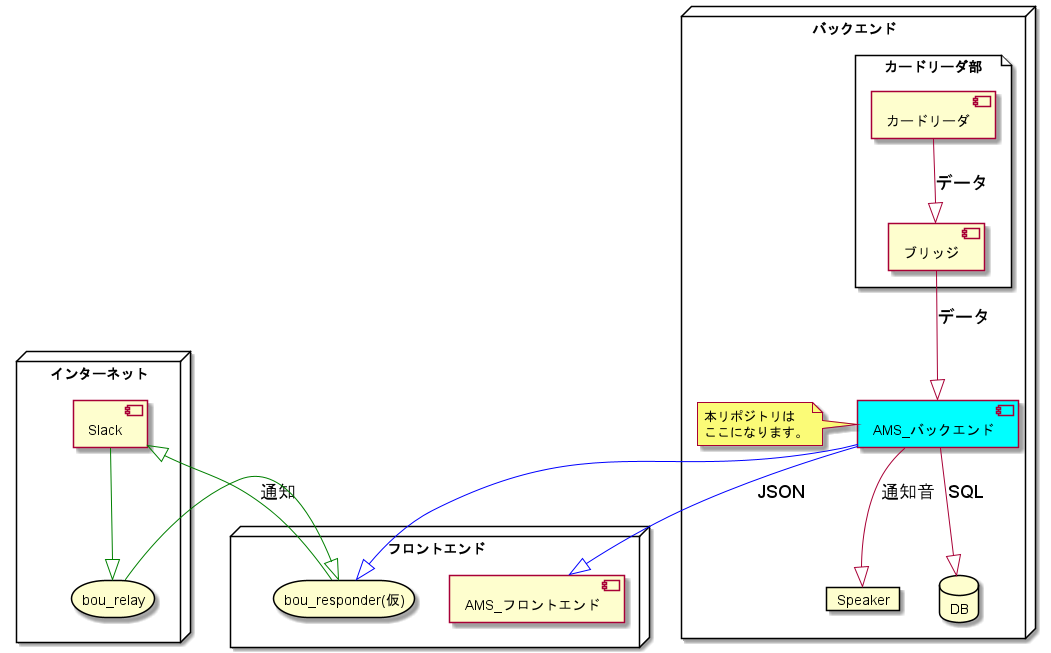
Above: docs/AMS_API.png in su-its/ams-backend (PlantUML), before the change.
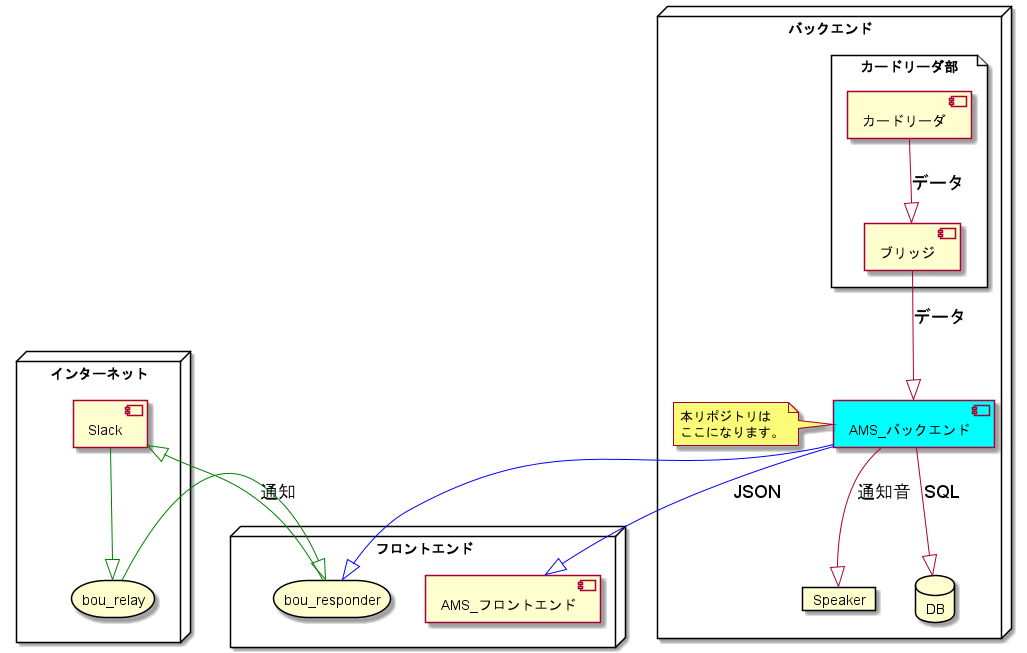
The same file after the commit.

Commit message:
puml及び、画像の更新

What changed in the source:
```diff
@@ -17,7 +17,7 @@
 
 node フロントエンド {
     [AMS_フロントエンド]
-    storage "bou_responder(仮)"
+    storage bou_responder
 }
 
 node インターネット {
@@ -33,10 +33,10 @@
 [AMS_バックエンド] --^ Speaker: 通知音
 
 [AMS_バックエンド] -[#blue]-^ [AMS_フロントエンド]: JSON
-[AMS_バックエンド] -[#blue]-^ [bou_responder(仮)]
+[AMS_バックエンド] -[#blue]-^ [bou_responder]
 
-[bou_responder(仮)] -[#green]-^ [Slack]: 通知
+[bou_responder] -[#green]-^ [Slack]: 通知
 [Slack] -[#green]-^ [bou_relay]
-[bou_relay] -[#green]-^ [bou_responder(仮)]
+[bou_relay] -[#green]-^ [bou_responder]
 
 @enduml
```
